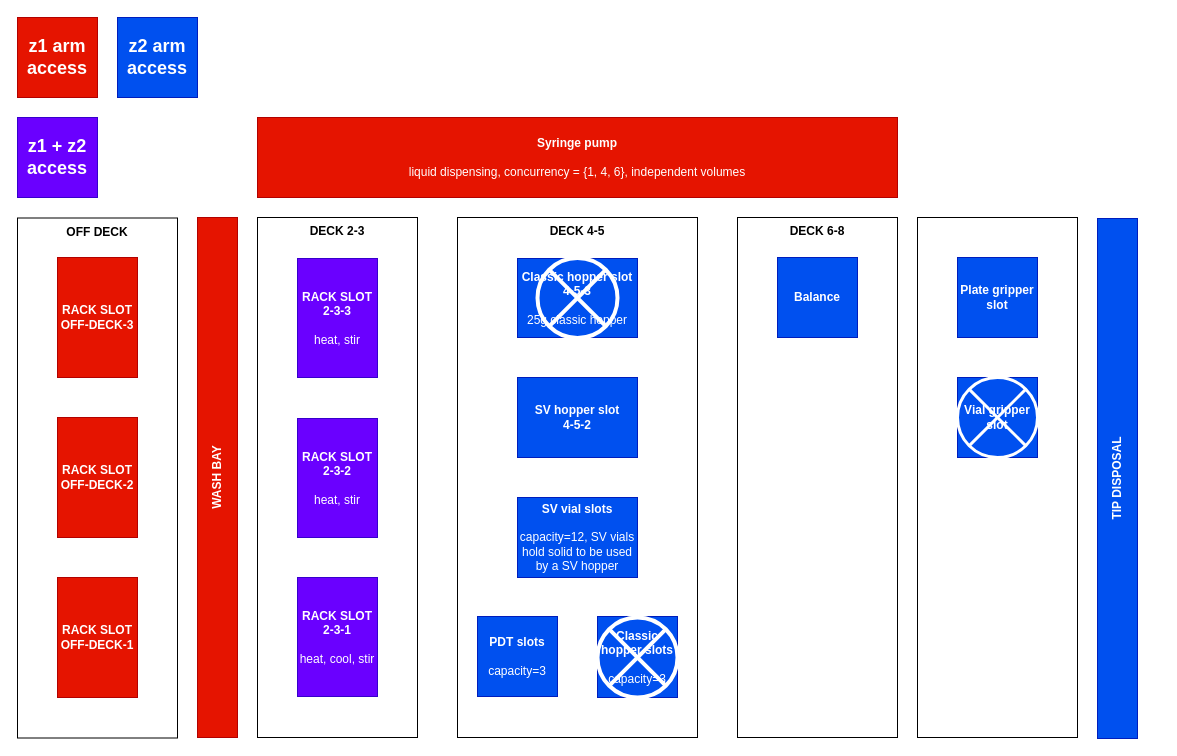
The draw.io diagram doc/junior_layout.drawio in qai222/simulator-aspire-poc, before the edit. Source tidied: cells renumbered, new cells numbered last; positions are measured from the earlier drawing's top-left corner, leaving out a move shared by most shapes. Both pictures are drawn from the tidied source at 100%, with x=0, y=0 at pixel (17, 17).
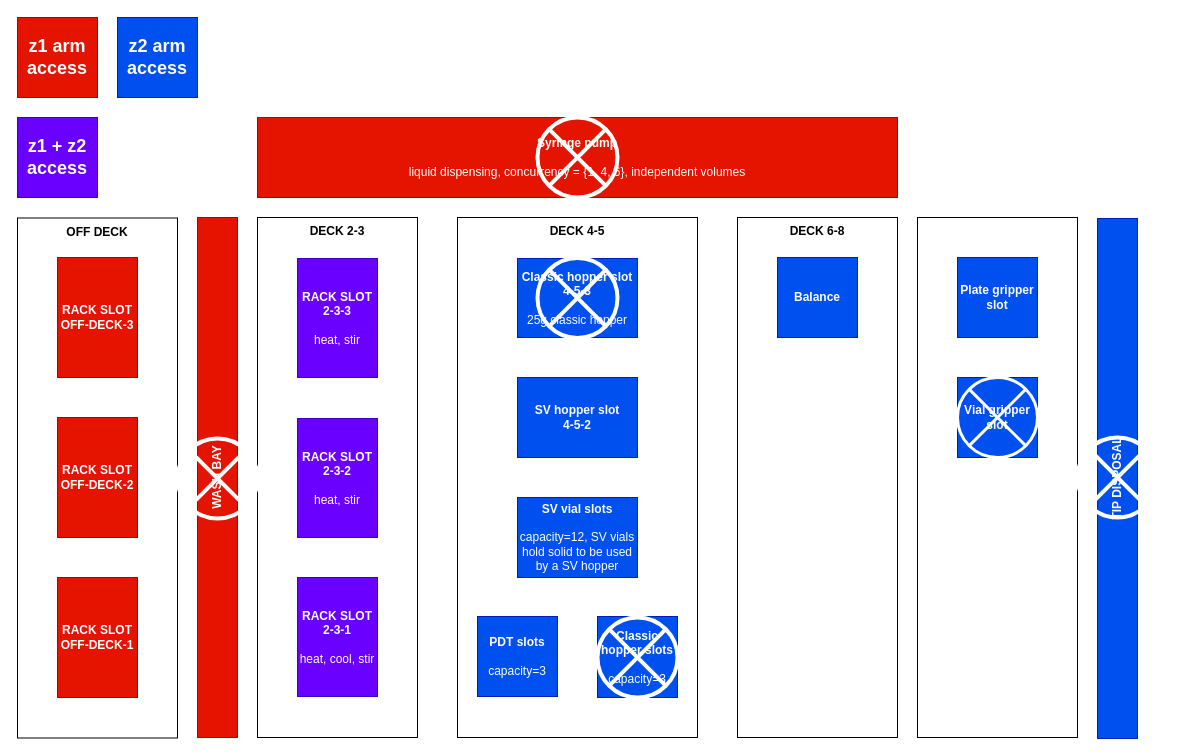
Above is the later version.

Commit message (it also covers changes not shown here):
- some edits on drawio - update req.txt - one todo item in `device_block`

What changed in the source:
```diff
@@
+    <mxCell id="32" style="shape=sumEllipse;perimeter=ellipsePerimeter;whiteSpace=wrap;html=1;backgroundOutline=1;fillStyle=solid;fontColor=#000000;fillColor=none;strokeColor=#FFFFFF;strokeWidth=4;" parent="1" vertex="1">
+      <mxGeometry x="160" y="421" width="80" height="80" as="geometry" />
+    </mxCell>
+    <mxCell id="33" style="shape=sumEllipse;perimeter=ellipsePerimeter;whiteSpace=wrap;html=1;backgroundOutline=1;fillStyle=solid;fontColor=#000000;fillColor=none;strokeColor=#FFFFFF;strokeWidth=4;" parent="1" vertex="1">
+      <mxGeometry x="1060" y="420" width="80" height="80" as="geometry" />
+    </mxCell>
+    <mxCell id="34" style="shape=sumEllipse;perimeter=ellipsePerimeter;whiteSpace=wrap;html=1;backgroundOutline=1;fillStyle=solid;fontColor=#000000;fillColor=none;strokeColor=#FFFFFF;strokeWidth=4;" parent="1" vertex="1">
+      <mxGeometry x="520" y="100" width="80" height="80" as="geometry" />
+    </mxCell>
```
